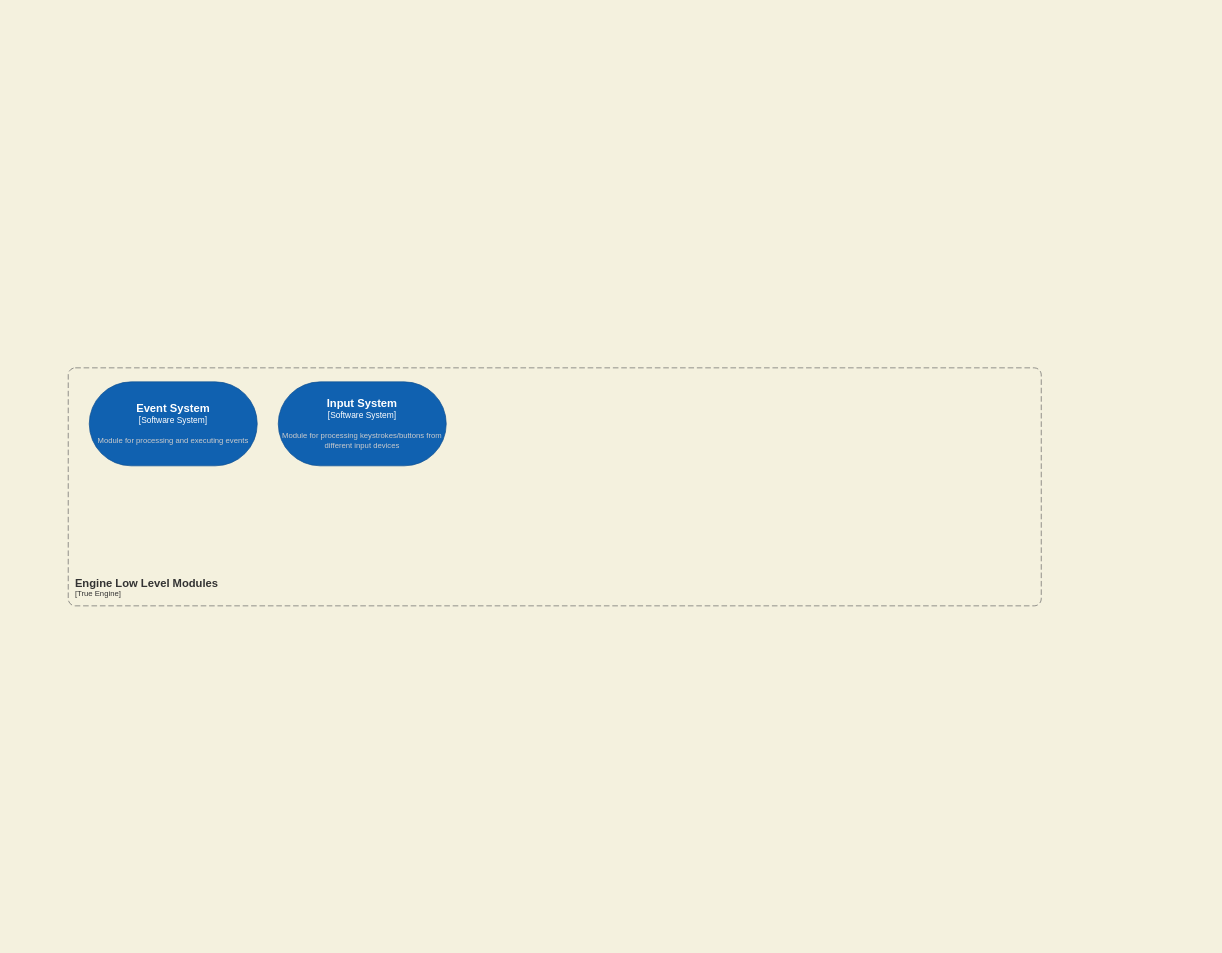
Above: TrueEngine.drawio in FallowToner/AnsaEngine (draw.io), before the change. Source tidied: cells renumbered, new cells numbered last; positions are measured from the earlier drawing's top-left corner, leaving out a move shared by most shapes. Both pictures are drawn from the tidied source at 70%, with x=0, y=0 at pixel (68, 368).
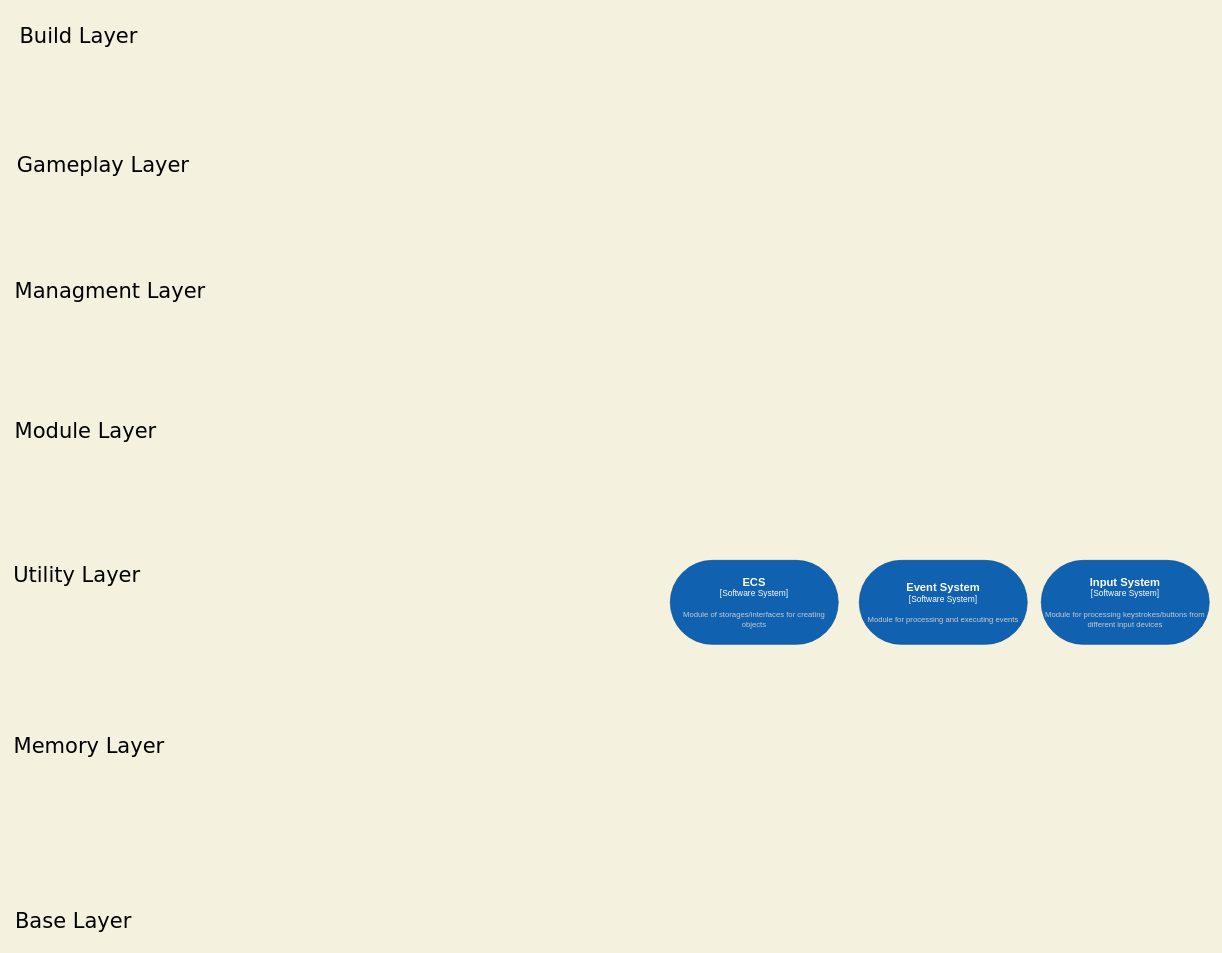
After the change.

Diff of the diagram source:
```diff
@@
 <mxGraphModel background="#F4F1DE">
   <root>
     <mxCell id="0" />
     <mxCell id="1" parent="0" />
     <object id="2" label="&lt;font style=&quot;font-size: 16px&quot;&gt;&lt;b&gt;%c4Name%&lt;/b&gt;&lt;/font&gt;&lt;div&gt;[%c4Type%]&lt;/div&gt;&lt;br&gt;&lt;div&gt;&lt;font style=&quot;font-size: 11px&quot;&gt;&lt;font color=&quot;#cccccc&quot;&gt;%c4Description%&lt;/font&gt;&lt;/div&gt;" c4Description="Module for processing keystrokes/buttons from different input devices" c4Name="Input System" c4Type="Software System" placeholders="1">
       <mxCell style="rounded=1;whiteSpace=wrap;html=1;labelBackgroundColor=none;fillColor=#1061B0;fontColor=#ffffff;align=center;arcSize=50;strokeColor=#0D5091;sketch=0;" parent="1" vertex="1">
-        <mxGeometry x="300" y="20" width="240" height="120" as="geometry" />
+        <mxGeometry x="1390" y="275" width="240" height="120" as="geometry" />
       </mxCell>
     </object>
     <object id="3" label="&lt;font style=&quot;font-size: 16px&quot;&gt;&lt;b&gt;%c4Name%&lt;/b&gt;&lt;/font&gt;&lt;div&gt;[%c4Type%]&lt;/div&gt;&lt;br&gt;&lt;div&gt;&lt;font style=&quot;font-size: 11px&quot;&gt;&lt;font color=&quot;#cccccc&quot;&gt;%c4Description%&lt;/font&gt;&lt;/div&gt;" c4Description="Module for processing and executing events" c4Name="Event System" c4Type="Software System" placeholders="1">
       <mxCell style="rounded=1;whiteSpace=wrap;html=1;labelBackgroundColor=none;fillColor=#1061B0;fontColor=#ffffff;align=center;arcSize=50;strokeColor=#0D5091;" parent="1" vertex="1">
-        <mxGeometry x="30" y="20" width="240" height="120" as="geometry" />
+        <mxGeometry x="1130" y="275" width="240" height="120" as="geometry" />
       </mxCell>
     </object>
-    <object id="4" label="&lt;font style=&quot;font-size: 16px&quot;&gt;&lt;b&gt;&lt;div style=&quot;text-align: left&quot;&gt;%c4Name%&lt;/div&gt;&lt;/b&gt;&lt;/font&gt;&lt;div style=&quot;text-align: left&quot;&gt;[%c4Application%]&lt;/div&gt;" c4Application="True Engine" c4Name="Engine Low Level Modules" placeholders="1">
-      <mxCell style="rounded=1;fontSize=11;whiteSpace=wrap;html=1;dashed=1;arcSize=20;fillColor=none;strokeColor=#666666;fontColor=#333333;labelBackgroundColor=none;align=left;verticalAlign=bottom;labelBorderColor=none;spacingTop=0;spacing=10;dashPattern=8 4;perimeter=rectanglePerimeter;noLabel=0;labelPadding=0;absoluteArcSize=1;" parent="1" vertex="1">
-        <mxGeometry width="1390" height="340" as="geometry" />
-      </mxCell>
-    </object>
+    <object id="5" label="&lt;font style=&quot;font-size: 16px&quot;&gt;&lt;b&gt;%c4Name%&lt;/b&gt;&lt;/font&gt;&lt;div&gt;[%c4Type%]&lt;/div&gt;&lt;br&gt;&lt;div&gt;&lt;font style=&quot;font-size: 11px&quot;&gt;&lt;font color=&quot;#cccccc&quot;&gt;%c4Description%&lt;/font&gt;&lt;/div&gt;" c4Description="Module of storages/interfaces for creating objects" c4Name="ECS" c4Type="Software System" placeholders="1">
+      <mxCell style="rounded=1;whiteSpace=wrap;html=1;labelBackgroundColor=none;fillColor=#1061B0;fontColor=#ffffff;align=center;arcSize=50;strokeColor=#0D5091;" parent="1" vertex="1">
+        <mxGeometry x="860" y="275" width="240" height="120" as="geometry" />
+      </mxCell>
+    </object>
+    <mxCell id="6" value="&lt;h2&gt;&lt;font style=&quot;font-size: 30px; font-weight: normal;&quot; face=&quot;Verdana&quot;&gt;Build Layer&lt;/font&gt;&lt;/h2&gt;" style="text;html=1;strokeColor=none;fillColor=none;align=center;verticalAlign=middle;whiteSpace=wrap;rounded=0;" parent="1" vertex="1">
+      <mxGeometry x="-80" y="-500" width="190" height="50" as="geometry" />
+    </mxCell>
+    <mxCell id="7" value="Gameplay Layer" style="text;html=1;strokeColor=none;fillColor=none;align=center;verticalAlign=middle;whiteSpace=wrap;rounded=0;fontFamily=Verdana;fontSize=30;" parent="1" vertex="1">
+      <mxGeometry x="-80" y="-330" width="260" height="80" as="geometry" />
+    </mxCell>
+    <mxCell id="8" value="Managment Layer" style="text;html=1;strokeColor=none;fillColor=none;align=center;verticalAlign=middle;whiteSpace=wrap;rounded=0;fontFamily=Verdana;fontSize=30;" parent="1" vertex="1">
+      <mxGeometry x="-80" y="-140" width="280" height="60" as="geometry" />
+    </mxCell>
+    <mxCell id="9" value="Module Layer" style="text;html=1;strokeColor=none;fillColor=none;align=center;verticalAlign=middle;whiteSpace=wrap;rounded=0;fontFamily=Verdana;fontSize=30;" parent="1" vertex="1">
+      <mxGeometry x="-80" y="55" width="210" height="70" as="geometry" />
+    </mxCell>
+    <mxCell id="10" value="Utility Layer" style="text;html=1;strokeColor=none;fillColor=none;align=center;verticalAlign=middle;whiteSpace=wrap;rounded=0;fontFamily=Verdana;fontSize=30;" parent="1" vertex="1">
+      <mxGeometry x="-80" y="260" width="185" height="70" as="geometry" />
+    </mxCell>
+    <mxCell id="11" value="Memory Layer" style="text;html=1;strokeColor=none;fillColor=none;align=center;verticalAlign=middle;whiteSpace=wrap;rounded=0;fontFamily=Verdana;fontSize=30;" parent="1" vertex="1">
+      <mxGeometry x="-80" y="510" width="220" height="60" as="geometry" />
+    </mxCell>
+    <mxCell id="12" value="Base Layer" style="text;html=1;strokeColor=none;fillColor=none;align=center;verticalAlign=middle;whiteSpace=wrap;rounded=0;fontFamily=Verdana;fontSize=30;" parent="1" vertex="1">
+      <mxGeometry x="-80" y="760" width="175" height="60" as="geometry" />
+    </mxCell>
   </root>
 </mxGraphModel>
```
